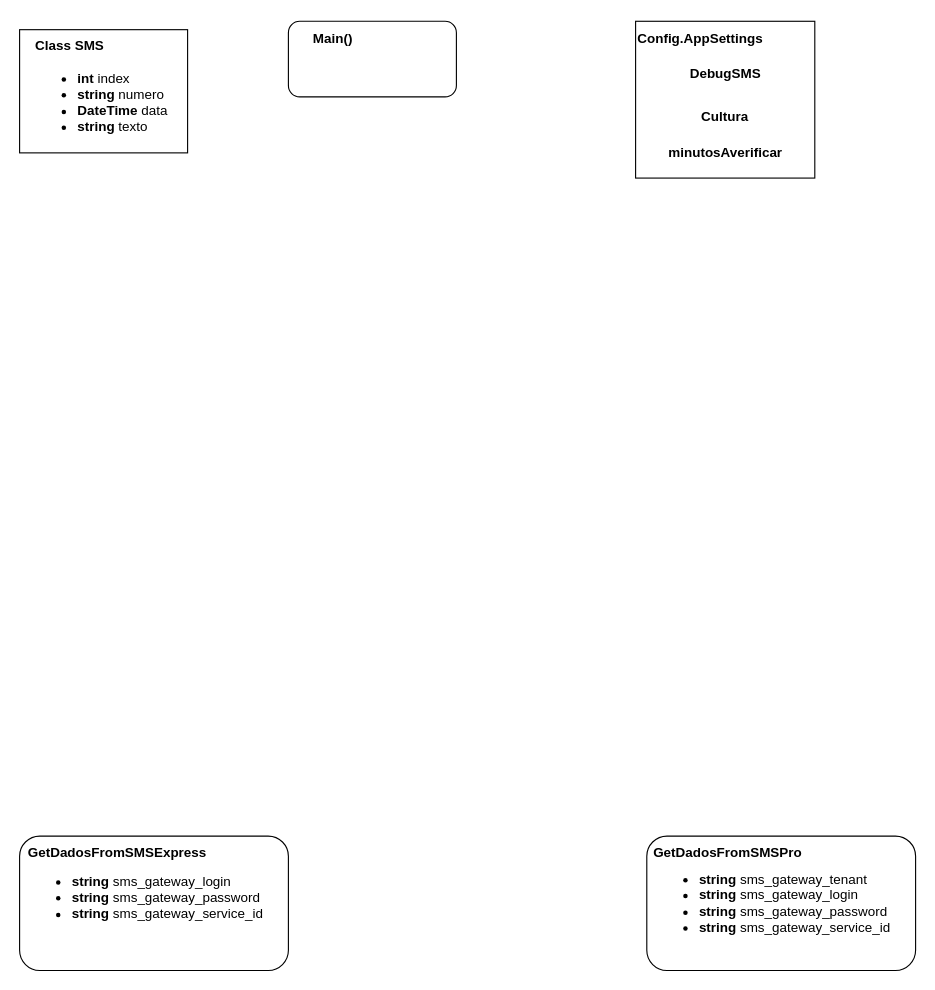
Earlier version of the draw.io diagram ProcessoSMS.drawio (JoaoDiasLeite/Wiremaze). Source tidied: cells renumbered, new cells numbered last; positions are measured from the earlier drawing's top-left corner, leaving out a move shared by most shapes. Both pictures are drawn from the tidied source at 112%, with x=0, y=0 at pixel (19, 20).
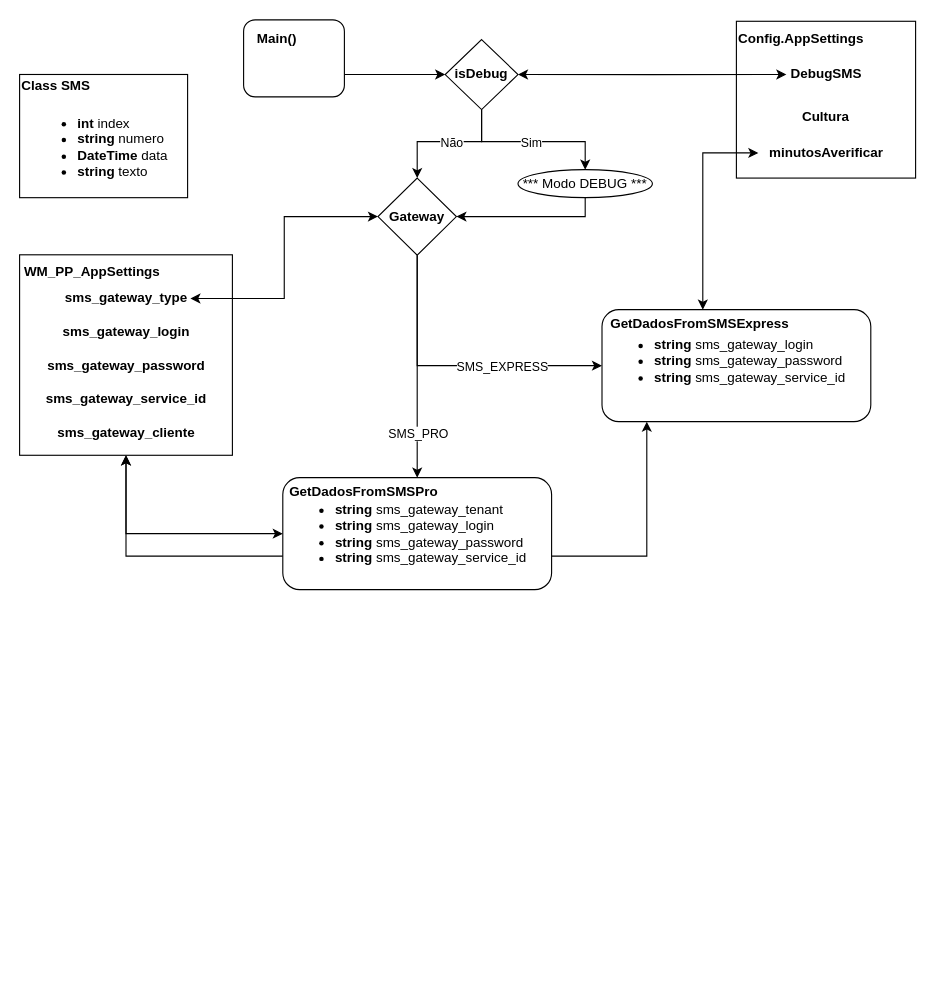
Above is the later version.

Unchanged cells that the change refers to:
```xml
<mxCell id="21" value="&lt;b style=&quot;background-color: initial;&quot;&gt;DebugSMS&lt;/b&gt;" style="text;html=1;strokeColor=none;fillColor=none;align=center;verticalAlign=middle;whiteSpace=wrap;rounded=0;" parent="18" vertex="1">
  <mxGeometry x="44.6" y="37.5" width="70.8" height="20" as="geometry" />
</mxCell>
<mxCell id="23" value="&lt;div style=&quot;&quot;&gt;&lt;b style=&quot;background-color: initial;&quot;&gt;minutosAverificar&lt;/b&gt;&lt;/div&gt;" style="text;html=1;strokeColor=none;fillColor=none;align=center;verticalAlign=middle;whiteSpace=wrap;rounded=0;" parent="18" vertex="1">
  <mxGeometry x="19.6" y="107.5" width="120.8" height="20" as="geometry" />
</mxCell>
```

The edit, as a diff of the source:
```diff
@@
+    <mxCell id="24" style="edgeStyle=orthogonalEdgeStyle;rounded=0;jettySize=auto;html=1;startArrow=classic;startFill=1;entryX=0.5;entryY=1;entryDx=0;entryDy=0;" parent="1" edge="1" source="8" target="39">
+      <mxGeometry relative="1" as="geometry">
+        <Array as="points">
+          <mxPoint x="560" y="478" />
+          <mxPoint x="95" y="478" />
+        </Array>
+      </mxGeometry>
+    </mxCell>
     <mxCell id="2" style="group;" parent="1" vertex="1">
-      <mxGeometry y="8" width="150" height="110" as="geometry" />
+      <mxGeometry y="48" width="150" height="110" as="geometry" />
     </mxCell>
@@
-    <mxCell id="4" value="&lt;b&gt;Class SMS&lt;/b&gt;" style="text;html=1;strokeColor=none;fillColor=none;align=center;verticalAlign=middle;whiteSpace=wrap;rounded=0;" parent="2" vertex="1">
-      <mxGeometry width="90" height="30" as="geometry" />
+    <mxCell id="4" value="&lt;b&gt;Class SMS&lt;/b&gt;" style="text;html=1;strokeColor=none;fillColor=none;align=left;verticalAlign=middle;whiteSpace=wrap;rounded=0;" parent="2" vertex="1">
+      <mxGeometry width="90" height="20" as="geometry" />
     </mxCell>
@@
     <mxCell id="6" style="group;" parent="1" vertex="1">
-      <mxGeometry y="728" width="240" height="120" as="geometry" />
+      <mxGeometry x="520" y="258" width="240" height="100" as="geometry" />
     </mxCell>
     <mxCell id="7" style="group;" parent="6" vertex="1">
-      <mxGeometry width="240" height="120" as="geometry" />
+      <mxGeometry width="240" height="100" as="geometry" />
     </mxCell>
     <mxCell id="8" style="rounded=1;whiteSpace=wrap;html=1;" parent="7" vertex="1">
-      <mxGeometry width="240" height="120" as="geometry" />
+      <mxGeometry width="240" height="100" as="geometry" />
     </mxCell>
     <mxCell id="9" value="&lt;b&gt;GetDadosFromSMSExpress&lt;/b&gt;" style="text;html=1;strokeColor=none;fillColor=none;align=center;verticalAlign=middle;whiteSpace=wrap;rounded=0;" parent="7" vertex="1">
-      <mxGeometry x="5" width="165" height="30" as="geometry" />
+      <mxGeometry x="5" width="165" height="25" as="geometry" />
     </mxCell>
     <mxCell id="10" value="&lt;ul&gt;&lt;li&gt;&lt;b&gt;string&lt;/b&gt;&amp;nbsp;sms_gateway_login&lt;/li&gt;&lt;li&gt;&lt;b&gt;string&lt;/b&gt;&amp;nbsp;sms_gateway_password&lt;/li&gt;&lt;li&gt;&lt;b&gt;string &lt;/b&gt;sms_gateway_service_id&lt;/li&gt;&lt;/ul&gt;" style="text;html=1;strokeColor=none;fillColor=none;align=left;verticalAlign=middle;whiteSpace=wrap;rounded=0;" parent="7" vertex="1">
-      <mxGeometry x="5" y="30" width="230" height="50" as="geometry" />
+      <mxGeometry x="5" y="25" width="230" height="41.7" as="geometry" />
     </mxCell>
     <mxCell id="11" style="group;" parent="1" vertex="1">
-      <mxGeometry x="560" y="728" width="240" height="120" as="geometry" />
+      <mxGeometry x="235" y="408" width="240" height="100" as="geometry" />
     </mxCell>
     <mxCell id="12" style="group;" parent="11" vertex="1">
-      <mxGeometry width="240" height="120" as="geometry" />
+      <mxGeometry width="240" height="100" as="geometry" />
     </mxCell>
     <mxCell id="13" style="rounded=1;whiteSpace=wrap;html=1;" parent="12" vertex="1">
-      <mxGeometry width="240" height="120" as="geometry" />
+      <mxGeometry width="240" height="100" as="geometry" />
     </mxCell>
     <mxCell id="14" value="&lt;b&gt;GetDadosFromSMSPro&lt;/b&gt;" style="text;html=1;strokeColor=none;fillColor=none;align=center;verticalAlign=middle;whiteSpace=wrap;rounded=0;" parent="12" vertex="1">
-      <mxGeometry x="5" width="135" height="30" as="geometry" />
+      <mxGeometry x="5" width="135" height="25" as="geometry" />
     </mxCell>
     <mxCell id="15" value="&lt;ul&gt;&lt;li&gt;&lt;b&gt;string&lt;/b&gt; sms_gateway_tenant&lt;/li&gt;&lt;li&gt;&lt;b&gt;string&lt;/b&gt;&amp;nbsp;sms_gateway_login&lt;/li&gt;&lt;li&gt;&lt;b&gt;string&lt;/b&gt;&amp;nbsp;sms_gateway_password&lt;/li&gt;&lt;li&gt;&lt;b&gt;string &lt;/b&gt;sms_gateway_service_id&lt;/li&gt;&lt;/ul&gt;" style="text;html=1;strokeColor=none;fillColor=none;align=left;verticalAlign=middle;whiteSpace=wrap;rounded=0;" parent="12" vertex="1">
-      <mxGeometry x="5" y="30" width="230" height="60" as="geometry" />
+      <mxGeometry x="5" y="25" width="230" height="50" as="geometry" />
     </mxCell>
+    <mxCell id="25" style="edgeStyle=orthogonalEdgeStyle;rounded=0;jettySize=auto;html=1;entryX=0;entryY=0.5;entryDx=0;entryDy=0;startArrow=none;startFill=0;" parent="1" edge="1" source="16" target="31">
+      <mxGeometry relative="1" as="geometry">
+        <Array as="points">
+          <mxPoint x="320" y="48" />
+          <mxPoint x="320" y="48" />
+        </Array>
+      </mxGeometry>
+    </mxCell>
     <mxCell id="16" style="rounded=1;whiteSpace=wrap;html=1;" parent="1" vertex="1">
-      <mxGeometry x="240" y="0.5" width="150" height="67.5" as="geometry" />
+      <mxGeometry x="200" y="-0.8" width="90" height="68.8" as="geometry" />
     </mxCell>
     <mxCell id="17" value="&lt;b&gt;Main()&lt;/b&gt;" style="text;html=1;strokeColor=none;fillColor=none;align=center;verticalAlign=middle;whiteSpace=wrap;rounded=0;" parent="1" vertex="1">
-      <mxGeometry x="250" y="0.5" width="60" height="30" as="geometry" />
+      <mxGeometry x="200" y="0.5" width="60" height="30" as="geometry" />
     </mxCell>
     <mxCell id="18" style="group;" parent="1" vertex="1">
-      <mxGeometry x="550" y="0.5" width="160" height="140" as="geometry" />
+      <mxGeometry x="640" y="0.5" width="160" height="140" as="geometry" />
     </mxCell>
@@
+    <mxCell id="26" style="edgeStyle=orthogonalEdgeStyle;rounded=0;jettySize=auto;html=1;entryX=0;entryY=0.5;entryDx=0;entryDy=0;exitX=1;exitY=0.5;exitDx=0;exitDy=0;startArrow=classic;startFill=1;" parent="1" edge="1" source="31" target="21">
+      <mxGeometry relative="1" as="geometry" />
+    </mxCell>
+    <mxCell id="27" style="edgeStyle=orthogonalEdgeStyle;rounded=0;jettySize=auto;html=1;startArrow=none;startFill=0;" parent="1" edge="1" source="31" target="33">
+      <mxGeometry relative="1" as="geometry">
+        <Array as="points">
+          <mxPoint x="413" y="108" />
+          <mxPoint x="505" y="108" />
+        </Array>
+      </mxGeometry>
+    </mxCell>
+    <mxCell id="28" value="Sim" style="edgeLabel;html=1;align=center;verticalAlign=middle;" parent="27" vertex="1">
+      <mxGeometry x="-0.18" relative="1" as="geometry">
+        <mxPoint x="13" as="offset" />
+      </mxGeometry>
+    </mxCell>
+    <mxCell id="29" style="edgeStyle=orthogonalEdgeStyle;rounded=0;jettySize=auto;html=1;entryX=0.5;entryY=0;entryDx=0;entryDy=0;startArrow=none;startFill=0;" parent="1" edge="1" source="31" target="38">
+      <mxGeometry relative="1" as="geometry">
+        <Array as="points">
+          <mxPoint x="413" y="108" />
+          <mxPoint x="355" y="108" />
+        </Array>
+      </mxGeometry>
+    </mxCell>
+    <mxCell id="30" value="Não" style="edgeLabel;html=1;align=center;verticalAlign=middle;" parent="29" vertex="1">
+      <mxGeometry x="0.1" relative="1" as="geometry">
+        <mxPoint x="9" as="offset" />
+      </mxGeometry>
+    </mxCell>
+    <mxCell id="31" value="&lt;b&gt;isDebug&lt;/b&gt;" style="rhombus;whiteSpace=wrap;html=1;" parent="1" vertex="1">
+      <mxGeometry x="380" y="16.8" width="65" height="62.5" as="geometry" />
+    </mxCell>
+    <mxCell id="32" style="edgeStyle=orthogonalEdgeStyle;rounded=0;jettySize=auto;html=1;entryX=1;entryY=0.5;entryDx=0;entryDy=0;startArrow=none;startFill=0;" parent="1" edge="1" source="33" target="38">
+      <mxGeometry relative="1" as="geometry">
+        <Array as="points">
+          <mxPoint x="505" y="175" />
+        </Array>
+      </mxGeometry>
+    </mxCell>
+    <mxCell id="33" value="*** Modo DEBUG ***" style="ellipse;whiteSpace=wrap;html=1;" parent="1" vertex="1">
+      <mxGeometry x="445" y="133" width="120" height="25" as="geometry" />
+    </mxCell>
+    <mxCell id="34" style="edgeStyle=orthogonalEdgeStyle;rounded=0;jettySize=auto;html=1;entryX=0;entryY=0.5;entryDx=0;entryDy=0;startArrow=none;startFill=0;" parent="1" edge="1" source="38" target="8">
+      <mxGeometry relative="1" as="geometry">
+        <Array as="points">
+          <mxPoint x="355" y="308" />
+        </Array>
+      </mxGeometry>
+    </mxCell>
+    <mxCell id="35" value="SMS_EXPRESS" style="edgeLabel;html=1;align=center;verticalAlign=middle;" parent="34" vertex="1">
+      <mxGeometry x="0.25" y="-1" relative="1" as="geometry">
+        <mxPoint x="9" y="-1" as="offset" />
+      </mxGeometry>
+    </mxCell>
+    <mxCell id="36" style="edgeStyle=orthogonalEdgeStyle;rounded=0;jettySize=auto;html=1;startArrow=none;startFill=0;" parent="1" edge="1" source="38" target="13">
+      <mxGeometry relative="1" as="geometry" />
+    </mxCell>
+    <mxCell id="37" value="SMS_PRO" style="edgeLabel;html=1;align=center;verticalAlign=middle;" parent="36" vertex="1">
+      <mxGeometry x="0.41" y="2" relative="1" as="geometry">
+        <mxPoint x="-2" y="19" as="offset" />
+      </mxGeometry>
+    </mxCell>
+    <mxCell id="38" value="&lt;b&gt;Gateway&lt;/b&gt;" style="rhombus;whiteSpace=wrap;html=1;" parent="1" vertex="1">
+      <mxGeometry x="320" y="140.5" width="70" height="68.8" as="geometry" />
+    </mxCell>
+    <mxCell id="39" style="rounded=0;whiteSpace=wrap;html=1;" parent="1" vertex="1">
+      <mxGeometry y="209" width="190" height="179" as="geometry" />
+    </mxCell>
+    <mxCell id="40" value="&lt;b&gt;WM_PP_AppSettings&lt;/b&gt;" style="text;html=1;strokeColor=none;fillColor=none;align=center;verticalAlign=middle;whiteSpace=wrap;rounded=0;" parent="1" vertex="1">
+      <mxGeometry y="209.2" width="130" height="28.8" as="geometry" />
+    </mxCell>
+    <mxCell id="41" value="&lt;b&gt;sms_gateway_type&lt;/b&gt;" style="text;html=1;strokeColor=none;fillColor=none;align=center;verticalAlign=middle;whiteSpace=wrap;rounded=0;" parent="1" vertex="1">
+      <mxGeometry x="37.5" y="238" width="115" height="20" as="geometry" />
+    </mxCell>
+    <mxCell id="42" value="&lt;b&gt;sms_gateway_login&lt;/b&gt;" style="text;html=1;strokeColor=none;fillColor=none;align=center;verticalAlign=middle;whiteSpace=wrap;rounded=0;" parent="1" vertex="1">
+      <mxGeometry x="32.5" y="268" width="125" height="20" as="geometry" />
+    </mxCell>
+    <mxCell id="43" value="&lt;b&gt;sms_gateway_password&lt;/b&gt;" style="text;html=1;strokeColor=none;fillColor=none;align=center;verticalAlign=middle;whiteSpace=wrap;rounded=0;" parent="1" vertex="1">
+      <mxGeometry x="32.5" y="298" width="125" height="20" as="geometry" />
+    </mxCell>
+    <mxCell id="44" value="&lt;b&gt;sms_gateway_service_id&lt;/b&gt;" style="text;html=1;strokeColor=none;fillColor=none;align=center;verticalAlign=middle;whiteSpace=wrap;rounded=0;" parent="1" vertex="1">
+      <mxGeometry x="32.5" y="328" width="125" height="20" as="geometry" />
+    </mxCell>
+    <mxCell id="45" value="&lt;b&gt;sms_gateway_cliente&lt;/b&gt;" style="text;html=1;strokeColor=none;fillColor=none;align=center;verticalAlign=middle;whiteSpace=wrap;rounded=0;" parent="1" vertex="1">
+      <mxGeometry x="32.5" y="358" width="125" height="20" as="geometry" />
+    </mxCell>
+    <mxCell id="46" style="edgeStyle=orthogonalEdgeStyle;rounded=0;jettySize=auto;html=1;entryX=1;entryY=0.5;entryDx=0;entryDy=0;startArrow=classic;startFill=1;" parent="1" edge="1" source="38" target="41">
+      <mxGeometry relative="1" as="geometry" />
+    </mxCell>
+    <mxCell id="47" style="edgeStyle=orthogonalEdgeStyle;rounded=0;jettySize=auto;html=1;entryX=0.5;entryY=1;entryDx=0;entryDy=0;startArrow=classic;startFill=1;" parent="1" edge="1" source="13" target="39">
+      <mxGeometry relative="1" as="geometry" />
+    </mxCell>
+    <mxCell id="48" style="edgeStyle=orthogonalEdgeStyle;rounded=0;jettySize=auto;html=1;entryX=0;entryY=0.5;entryDx=0;entryDy=0;startArrow=classic;startFill=1;" parent="1" edge="1" source="8" target="23">
+      <mxGeometry relative="1" as="geometry">
+        <Array as="points">
+          <mxPoint x="610" y="118" />
+        </Array>
+      </mxGeometry>
+    </mxCell>
```
